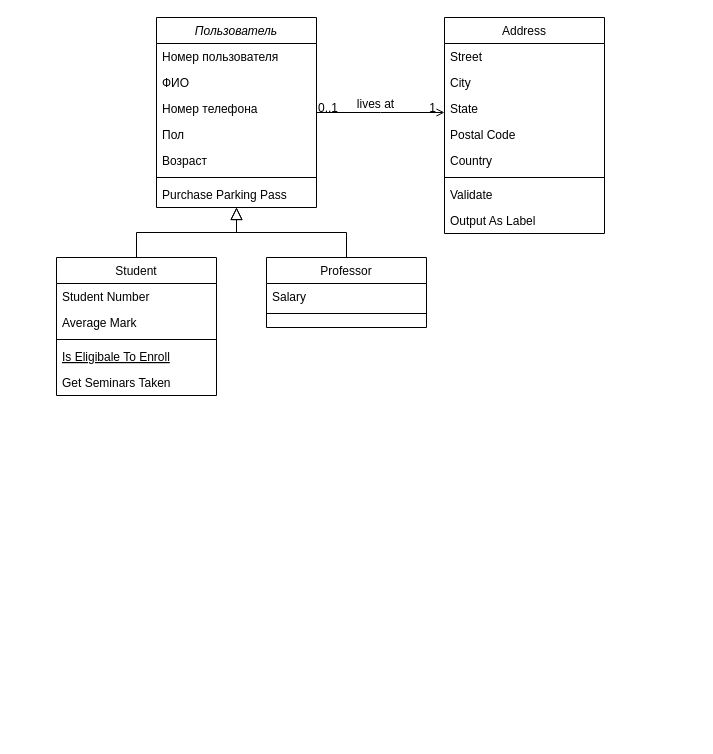
petrou13/Practice keeps this draw.io diagram as Untitled Diagram.drawio. Above is the earlier version. Source tidied: cells renumbered, new cells numbered last; positions are measured from the earlier drawing's top-left corner, leaving out a move shared by most shapes. Both pictures are drawn from the tidied source at 100%, with x=0, y=0 at pixel (56, 17).
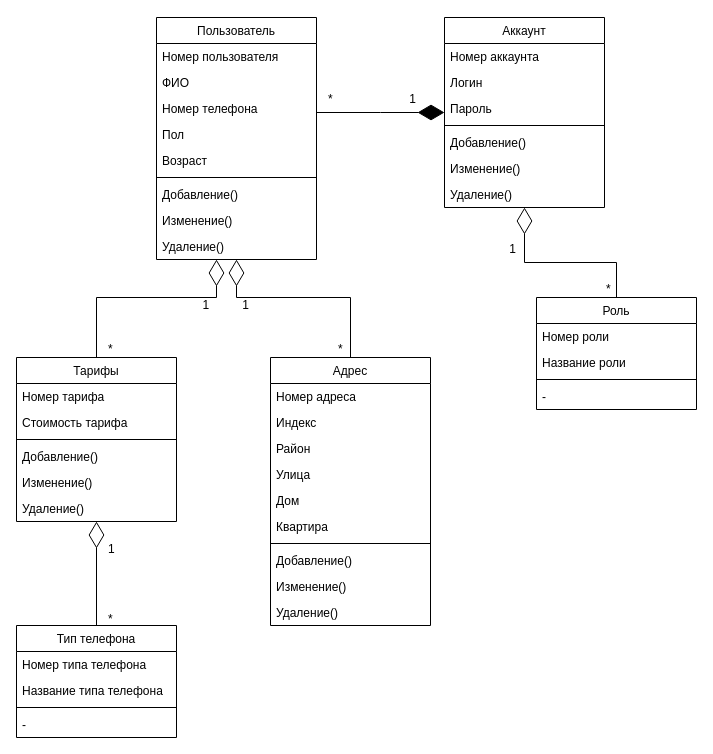
The same page after the edit.

What changed in the source:
```diff
@@
-    <mxCell id="2" value="Пользователь" style="swimlane;fontStyle=2;align=center;verticalAlign=top;horizontal=1;startSize=26;rounded=0;shadow=0;strokeWidth=1;" parent="1" vertex="1">
-      <mxGeometry x="100" width="160" height="190" as="geometry" />
+    <mxCell id="2" value="Пользователь" style="swimlane;fontStyle=0;align=center;verticalAlign=top;horizontal=1;startSize=26;rounded=0;shadow=0;strokeWidth=1;" parent="1" vertex="1">
+      <mxGeometry x="100" width="160" height="242" as="geometry" />
     </mxCell>
@@
-    <mxCell id="9" value="Purchase Parking Pass" style="text;align=left;verticalAlign=top;spacingLeft=4;spacingRight=4;overflow=hidden;" parent="2" vertex="1">
+    <mxCell id="9" value="Добавление()&#10;" style="text;align=left;verticalAlign=top;spacingLeft=4;spacingRight=4;overflow=hidden;" parent="2" vertex="1">
       <mxGeometry y="164" width="160" height="26" as="geometry" />
     </mxCell>
+    <mxCell id="34" value="Изменение()" style="text;align=left;verticalAlign=top;spacingLeft=4;spacingRight=4;overflow=hidden;" parent="2" vertex="1">
+      <mxGeometry y="190" width="160" height="26" as="geometry" />
+    </mxCell>
+    <mxCell id="35" value="Удаление()" style="text;align=left;verticalAlign=top;spacingLeft=4;spacingRight=4;overflow=hidden;" parent="2" vertex="1">
+      <mxGeometry y="216" width="160" height="26" as="geometry" />
+    </mxCell>
-    <mxCell id="10" value="Student" style="swimlane;fontStyle=0;align=center;verticalAlign=top;horizontal=1;startSize=26;rounded=0;shadow=0;strokeWidth=1;" parent="1" vertex="1">
-      <mxGeometry y="240" width="160" height="138" as="geometry" />
+    <mxCell id="10" value="Тарифы" style="swimlane;fontStyle=0;align=center;verticalAlign=top;horizontal=1;startSize=26;rounded=0;shadow=0;strokeWidth=1;" parent="1" vertex="1">
+      <mxGeometry x="-40" y="340" width="160" height="164" as="geometry" />
     </mxCell>
-    <mxCell id="11" value="Student Number" style="text;align=left;verticalAlign=top;spacingLeft=4;spacingRight=4;overflow=hidden;" parent="10" vertex="1">
+    <mxCell id="11" value="Номер тарифа" style="text;align=left;verticalAlign=top;spacingLeft=4;spacingRight=4;overflow=hidden;" parent="10" vertex="1">
       <mxGeometry y="26" width="160" height="26" as="geometry" />
     </mxCell>
-    <mxCell id="12" value="Average Mark" style="text;align=left;verticalAlign=top;spacingLeft=4;spacingRight=4;overflow=hidden;rounded=0;shadow=0;html=0;" parent="10" vertex="1">
+    <mxCell id="12" value="Стоимость тарифа" style="text;align=left;verticalAlign=top;spacingLeft=4;spacingRight=4;overflow=hidden;rounded=0;shadow=0;html=0;" parent="10" vertex="1">
       <mxGeometry y="52" width="160" height="26" as="geometry" />
     </mxCell>
@@
-    <mxCell id="14" value="Is Eligibale To Enroll" style="text;align=left;verticalAlign=top;spacingLeft=4;spacingRight=4;overflow=hidden;fontStyle=4;" parent="10" vertex="1">
+    <mxCell id="14" value="Добавление()" style="text;align=left;verticalAlign=top;spacingLeft=4;spacingRight=4;overflow=hidden;fontStyle=0;" parent="10" vertex="1">
       <mxGeometry y="86" width="160" height="26" as="geometry" />
     </mxCell>
-    <mxCell id="15" value="Get Seminars Taken" style="text;align=left;verticalAlign=top;spacingLeft=4;spacingRight=4;overflow=hidden;" parent="10" vertex="1">
+    <mxCell id="15" value="Изменение()&#10;" style="text;align=left;verticalAlign=top;spacingLeft=4;spacingRight=4;overflow=hidden;" parent="10" vertex="1">
       <mxGeometry y="112" width="160" height="26" as="geometry" />
     </mxCell>
+    <mxCell id="36" value="Удаление()&#10;" style="text;align=left;verticalAlign=top;spacingLeft=4;spacingRight=4;overflow=hidden;" parent="10" vertex="1">
+      <mxGeometry y="138" width="160" height="26" as="geometry" />
+    </mxCell>
-    <mxCell id="16" style="endArrow=block;endSize=10;endFill=0;shadow=0;strokeWidth=1;rounded=0;edgeStyle=elbowEdgeStyle;elbow=vertical;" parent="1" edge="1" source="10" target="2">
-      <mxGeometry relative="1" as="geometry" />
+    <mxCell id="16" style="endArrow=diamondThin;endSize=24;endFill=0;shadow=0;strokeWidth=1;rounded=0;edgeStyle=elbowEdgeStyle;elbow=vertical;" parent="1" edge="1" source="10" target="2">
+      <mxGeometry relative="1" as="geometry">
+        <Array as="points">
+          <mxPoint x="160" y="280" />
+        </Array>
+      </mxGeometry>
     </mxCell>
-    <mxCell id="17" value="Professor" style="swimlane;fontStyle=0;align=center;verticalAlign=top;horizontal=1;startSize=26;rounded=0;shadow=0;strokeWidth=1;" parent="1" vertex="1">
-      <mxGeometry x="210" y="240" width="160" height="70" as="geometry" />
+    <mxCell id="17" value="Адрес" style="swimlane;fontStyle=0;align=center;verticalAlign=top;horizontal=1;startSize=26;rounded=0;shadow=0;strokeWidth=1;" parent="1" vertex="1">
+      <mxGeometry x="214" y="340" width="160" height="268" as="geometry" />
     </mxCell>
-    <mxCell id="18" value="Salary" style="text;align=left;verticalAlign=top;spacingLeft=4;spacingRight=4;overflow=hidden;" parent="17" vertex="1">
+    <mxCell id="18" value="Номер адреса" style="text;align=left;verticalAlign=top;spacingLeft=4;spacingRight=4;overflow=hidden;" parent="17" vertex="1">
       <mxGeometry y="26" width="160" height="26" as="geometry" />
     </mxCell>
+    <mxCell id="37" value="Индекс" style="text;align=left;verticalAlign=top;spacingLeft=4;spacingRight=4;overflow=hidden;" parent="17" vertex="1">
+      <mxGeometry y="52" width="160" height="26" as="geometry" />
+    </mxCell>
+    <mxCell id="38" value="Район" style="text;align=left;verticalAlign=top;spacingLeft=4;spacingRight=4;overflow=hidden;" parent="17" vertex="1">
+      <mxGeometry y="78" width="160" height="26" as="geometry" />
+    </mxCell>
+    <mxCell id="39" value="Улица" style="text;align=left;verticalAlign=top;spacingLeft=4;spacingRight=4;overflow=hidden;" parent="17" vertex="1">
+      <mxGeometry y="104" width="160" height="26" as="geometry" />
+    </mxCell>
+    <mxCell id="40" value="Дом" style="text;align=left;verticalAlign=top;spacingLeft=4;spacingRight=4;overflow=hidden;" parent="17" vertex="1">
+      <mxGeometry y="130" width="160" height="26" as="geometry" />
+    </mxCell>
+    <mxCell id="41" value="Квартира" style="text;align=left;verticalAlign=top;spacingLeft=4;spacingRight=4;overflow=hidden;" parent="17" vertex="1">
+      <mxGeometry y="156" width="160" height="26" as="geometry" />
+    </mxCell>
     <mxCell id="19" style="line;html=1;strokeWidth=1;align=left;verticalAlign=middle;spacingTop=-1;spacingLeft=3;spacingRight=3;labelPosition=right;" parent="17" vertex="1">
-      <mxGeometry y="52" width="160" height="8" as="geometry" />
+      <mxGeometry y="182" width="160" height="8" as="geometry" />
     </mxCell>
+    <mxCell id="42" value="Добавление()" style="text;align=left;verticalAlign=top;spacingLeft=4;spacingRight=4;overflow=hidden;" parent="17" vertex="1">
+      <mxGeometry y="190" width="160" height="26" as="geometry" />
+    </mxCell>
+    <mxCell id="43" value="Изменение()" style="text;align=left;verticalAlign=top;spacingLeft=4;spacingRight=4;overflow=hidden;" parent="17" vertex="1">
+      <mxGeometry y="216" width="160" height="26" as="geometry" />
+    </mxCell>
+    <mxCell id="44" value="Удаление()" style="text;align=left;verticalAlign=top;spacingLeft=4;spacingRight=4;overflow=hidden;" parent="17" vertex="1">
+      <mxGeometry y="242" width="160" height="26" as="geometry" />
+    </mxCell>
-    <mxCell id="20" style="endArrow=block;endSize=10;endFill=0;shadow=0;strokeWidth=1;rounded=0;edgeStyle=elbowEdgeStyle;elbow=vertical;" parent="1" edge="1" source="17" target="2">
-      <mxGeometry relative="1" as="geometry" />
+    <mxCell id="20" style="endArrow=diamondThin;endSize=24;endFill=0;shadow=0;strokeWidth=1;rounded=0;edgeStyle=elbowEdgeStyle;elbow=vertical;" parent="1" edge="1" source="17" target="2">
+      <mxGeometry relative="1" as="geometry">
+        <Array as="points">
+          <mxPoint x="180" y="280" />
+          <mxPoint x="200" y="270" />
+          <mxPoint x="160" y="270" />
+        </Array>
+      </mxGeometry>
     </mxCell>
-    <mxCell id="21" value="Address" style="swimlane;fontStyle=0;align=center;verticalAlign=top;horizontal=1;startSize=26;rounded=0;shadow=0;strokeWidth=1;" parent="1" vertex="1">
-      <mxGeometry x="388" width="160" height="216" as="geometry" />
+    <mxCell id="21" value="Аккаунт" style="swimlane;fontStyle=0;align=center;verticalAlign=top;horizontal=1;startSize=26;rounded=0;shadow=0;strokeWidth=1;" parent="1" vertex="1">
+      <mxGeometry x="388" width="160" height="190" as="geometry" />
     </mxCell>
-    <mxCell id="22" value="Street" style="text;align=left;verticalAlign=top;spacingLeft=4;spacingRight=4;overflow=hidden;" parent="21" vertex="1">
+    <mxCell id="22" value="Номер аккаунта" style="text;align=left;verticalAlign=top;spacingLeft=4;spacingRight=4;overflow=hidden;" parent="21" vertex="1">
       <mxGeometry y="26" width="160" height="26" as="geometry" />
     </mxCell>
-    <mxCell id="23" value="City" style="text;align=left;verticalAlign=top;spacingLeft=4;spacingRight=4;overflow=hidden;rounded=0;shadow=0;html=0;" parent="21" vertex="1">
+    <mxCell id="23" value="Логин" style="text;align=left;verticalAlign=top;spacingLeft=4;spacingRight=4;overflow=hidden;rounded=0;shadow=0;html=0;" parent="21" vertex="1">
       <mxGeometry y="52" width="160" height="26" as="geometry" />
     </mxCell>
-    <mxCell id="24" value="State" style="text;align=left;verticalAlign=top;spacingLeft=4;spacingRight=4;overflow=hidden;rounded=0;shadow=0;html=0;" parent="21" vertex="1">
+    <mxCell id="24" value="Пароль" style="text;align=left;verticalAlign=top;spacingLeft=4;spacingRight=4;overflow=hidden;rounded=0;shadow=0;html=0;" parent="21" vertex="1">
       <mxGeometry y="78" width="160" height="26" as="geometry" />
     </mxCell>
-    <mxCell id="25" value="Postal Code" style="text;align=left;verticalAlign=top;spacingLeft=4;spacingRight=4;overflow=hidden;rounded=0;shadow=0;html=0;" parent="21" vertex="1">
-      <mxGeometry y="104" width="160" height="26" as="geometry" />
-    </mxCell>
-    <mxCell id="26" value="Country" style="text;align=left;verticalAlign=top;spacingLeft=4;spacingRight=4;overflow=hidden;rounded=0;shadow=0;html=0;" parent="21" vertex="1">
-      <mxGeometry y="130" width="160" height="26" as="geometry" />
-    </mxCell>
     <mxCell id="27" style="line;html=1;strokeWidth=1;align=left;verticalAlign=middle;spacingTop=-1;spacingLeft=3;spacingRight=3;labelPosition=right;" parent="21" vertex="1">
-      <mxGeometry y="156" width="160" height="8" as="geometry" />
+      <mxGeometry y="104" width="160" height="8" as="geometry" />
     </mxCell>
-    <mxCell id="28" value="Validate" style="text;align=left;verticalAlign=top;spacingLeft=4;spacingRight=4;overflow=hidden;" parent="21" vertex="1">
-      <mxGeometry y="164" width="160" height="26" as="geometry" />
+    <mxCell id="28" value="Добавление()" style="text;align=left;verticalAlign=top;spacingLeft=4;spacingRight=4;overflow=hidden;" parent="21" vertex="1">
+      <mxGeometry y="112" width="160" height="26" as="geometry" />
     </mxCell>
-    <mxCell id="29" value="Output As Label" style="text;align=left;verticalAlign=top;spacingLeft=4;spacingRight=4;overflow=hidden;" parent="21" vertex="1">
-      <mxGeometry y="190" width="160" height="26" as="geometry" />
+    <mxCell id="29" value="Изменение()" style="text;align=left;verticalAlign=top;spacingLeft=4;spacingRight=4;overflow=hidden;" parent="21" vertex="1">
+      <mxGeometry y="138" width="160" height="26" as="geometry" />
     </mxCell>
+    <mxCell id="45" value="Удаление()" style="text;align=left;verticalAlign=top;spacingLeft=4;spacingRight=4;overflow=hidden;points=[[0,0.5],[1,0.5]];portConstraint=eastwest;" parent="21" vertex="1">
+      <mxGeometry y="164" width="160" height="26" as="geometry" />
+    </mxCell>
-    <mxCell id="30" style="endArrow=open;shadow=0;strokeWidth=1;rounded=0;endFill=1;edgeStyle=elbowEdgeStyle;elbow=vertical;" parent="1" edge="1" source="2" target="21">
+    <mxCell id="30" style="endArrow=diamondThin;shadow=0;strokeWidth=1;rounded=0;endFill=1;edgeStyle=elbowEdgeStyle;elbow=vertical;endSize=24;" parent="1" edge="1" source="2" target="21">
       <mxGeometry x="0.5" y="41" relative="1" as="geometry">
         <mxPoint x="-40" y="32" as="offset" />
       </mxGeometry>
     </mxCell>
-    <mxCell id="31" value="0..1" style="align=left;verticalAlign=bottom;labelBackgroundColor=none;fontSize=12;" parent="30" vertex="1">
+    <mxCell id="31" value="*" style="align=left;verticalAlign=bottom;labelBackgroundColor=none;fontSize=12;" parent="30" vertex="1">
       <mxGeometry x="-1" relative="1" as="geometry">
-        <mxPoint y="4" as="offset" />
+        <mxPoint x="-210" y="515.3" as="offset" />
       </mxGeometry>
     </mxCell>
     <mxCell id="32" value="1" style="align=right;verticalAlign=bottom;labelBackgroundColor=none;fontSize=12;" parent="30" vertex="1">
       <mxGeometry x="1" relative="1" as="geometry">
-        <mxPoint x="-7" y="4" as="offset" />
+        <mxPoint x="-328.3" y="445.3" as="offset" />
       </mxGeometry>
     </mxCell>
-    <mxCell id="33" value="lives at" style="text;html=1;align=center;verticalAlign=middle;labelBackgroundColor=none;rounded=0;shadow=0;strokeWidth=1;fontSize=12;" parent="30" vertex="1">
-      <mxGeometry x="0.5" y="49" relative="1" as="geometry">
-        <mxPoint x="-38" y="40" as="offset" />
-      </mxGeometry>
-    </mxCell>
+    <mxCell id="46" style="edgeStyle=orthogonalEdgeStyle;rounded=0;jettySize=auto;html=1;exitX=0.5;exitY=0;exitDx=0;exitDy=0;entryX=0.5;entryY=1;entryDx=0;entryDy=0;endArrow=diamondThin;endFill=0;strokeWidth=1;endSize=24;startSize=8;jumpSize=8;targetPerimeterSpacing=0;" parent="1" edge="1" source="47" target="10">
+      <mxGeometry relative="1" as="geometry" />
+    </mxCell>
+    <mxCell id="47" value="Тип телефона" style="swimlane;fontStyle=0;align=center;verticalAlign=top;horizontal=1;startSize=26;rounded=0;shadow=0;strokeWidth=1;" parent="1" vertex="1">
+      <mxGeometry x="-40" y="608" width="160" height="112" as="geometry" />
+    </mxCell>
+    <mxCell id="48" value="Номер типа телефона" style="text;align=left;verticalAlign=top;spacingLeft=4;spacingRight=4;overflow=hidden;" parent="47" vertex="1">
+      <mxGeometry y="26" width="160" height="26" as="geometry" />
+    </mxCell>
+    <mxCell id="49" value="Название типа телефона" style="text;align=left;verticalAlign=top;spacingLeft=4;spacingRight=4;overflow=hidden;rounded=0;shadow=0;html=0;" parent="47" vertex="1">
+      <mxGeometry y="52" width="160" height="26" as="geometry" />
+    </mxCell>
+    <mxCell id="50" style="line;html=1;strokeWidth=1;align=left;verticalAlign=middle;spacingTop=-1;spacingLeft=3;spacingRight=3;labelPosition=right;" parent="47" vertex="1">
+      <mxGeometry y="78" width="160" height="8" as="geometry" />
+    </mxCell>
+    <mxCell id="51" value="-" style="text;align=left;verticalAlign=top;spacingLeft=4;spacingRight=4;overflow=hidden;rounded=0;shadow=0;html=0;" parent="47" vertex="1">
+      <mxGeometry y="86" width="160" height="26" as="geometry" />
+    </mxCell>
+    <mxCell id="52" style="edgeStyle=orthogonalEdgeStyle;rounded=0;jumpSize=8;jettySize=auto;html=1;exitX=0.5;exitY=0;exitDx=0;exitDy=0;entryX=0.5;entryY=1;entryDx=0;entryDy=0;entryPerimeter=0;startSize=8;endArrow=diamondThin;endFill=0;endSize=24;targetPerimeterSpacing=0;strokeWidth=1;" parent="1" edge="1" source="53" target="45">
+      <mxGeometry relative="1" as="geometry" />
+    </mxCell>
+    <mxCell id="53" value="Роль" style="swimlane;fontStyle=0;align=center;verticalAlign=top;horizontal=1;startSize=26;rounded=0;shadow=0;strokeWidth=1;" parent="1" vertex="1">
+      <mxGeometry x="480" y="280" width="160" height="112" as="geometry" />
+    </mxCell>
+    <mxCell id="54" value="Номер роли" style="text;align=left;verticalAlign=top;spacingLeft=4;spacingRight=4;overflow=hidden;" parent="53" vertex="1">
+      <mxGeometry y="26" width="160" height="26" as="geometry" />
+    </mxCell>
+    <mxCell id="55" value="Название роли" style="text;align=left;verticalAlign=top;spacingLeft=4;spacingRight=4;overflow=hidden;rounded=0;shadow=0;html=0;" parent="53" vertex="1">
+      <mxGeometry y="52" width="160" height="26" as="geometry" />
+    </mxCell>
+    <mxCell id="56" style="line;html=1;strokeWidth=1;align=left;verticalAlign=middle;spacingTop=-1;spacingLeft=3;spacingRight=3;labelPosition=right;" parent="53" vertex="1">
+      <mxGeometry y="78" width="160" height="8" as="geometry" />
+    </mxCell>
+    <mxCell id="57" value="-" style="text;align=left;verticalAlign=top;spacingLeft=4;spacingRight=4;overflow=hidden;" parent="53" vertex="1">
+      <mxGeometry y="86" width="160" height="26" as="geometry" />
+    </mxCell>
+    <mxCell id="58" value="1" style="align=right;verticalAlign=bottom;labelBackgroundColor=none;fontSize=12;" parent="1" vertex="1">
+      <mxGeometry x="60.1" y="540.5" as="geometry">
+        <mxPoint x="94" y="-245" as="offset" />
+      </mxGeometry>
+    </mxCell>
+    <mxCell id="59" value="*" style="align=left;verticalAlign=bottom;labelBackgroundColor=none;fontSize=12;" parent="1" vertex="1">
+      <mxGeometry x="50" y="340" as="geometry" />
+    </mxCell>
+    <mxCell id="60" value="1" style="align=right;verticalAlign=bottom;labelBackgroundColor=none;fontSize=12;" parent="1" vertex="1">
+      <mxGeometry x="130" y="580" as="geometry">
+        <mxPoint x="231" y="-490" as="offset" />
+      </mxGeometry>
+    </mxCell>
+    <mxCell id="61" value="*" style="align=left;verticalAlign=bottom;labelBackgroundColor=none;fontSize=12;" parent="1" vertex="1">
+      <mxGeometry x="280" y="340" as="geometry" />
+    </mxCell>
+    <mxCell id="62" value="1" style="align=right;verticalAlign=bottom;labelBackgroundColor=none;fontSize=12;" parent="1" vertex="1">
+      <mxGeometry x="100" y="540.5" as="geometry">
+        <mxPoint x="94" y="-245" as="offset" />
+      </mxGeometry>
+    </mxCell>
+    <mxCell id="63" value="*" style="align=left;verticalAlign=bottom;labelBackgroundColor=none;fontSize=12;" parent="1" vertex="1">
+      <mxGeometry x="270" y="90" as="geometry" />
+    </mxCell>
+    <mxCell id="64" value="1" style="align=right;verticalAlign=bottom;labelBackgroundColor=none;fontSize=12;" parent="1" vertex="1">
+      <mxGeometry x="230" y="730" as="geometry">
+        <mxPoint x="231" y="-490" as="offset" />
+      </mxGeometry>
+    </mxCell>
+    <mxCell id="65" value="*" style="align=left;verticalAlign=bottom;labelBackgroundColor=none;fontSize=12;" parent="1" vertex="1">
+      <mxGeometry x="548" y="280" as="geometry" />
+    </mxCell>
```
